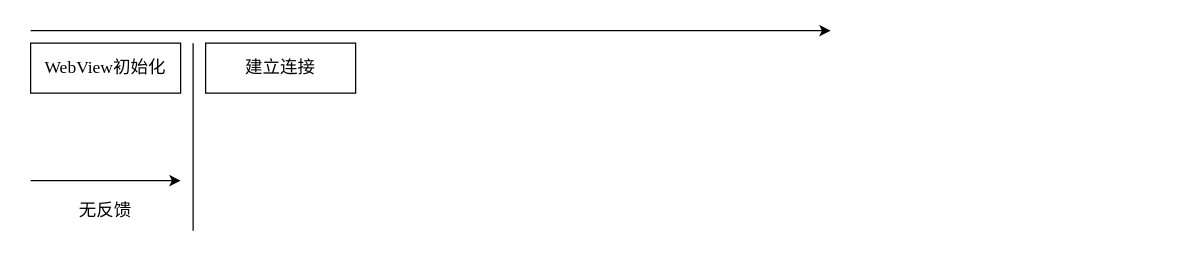
Before: WKWebViewPerformanceOptimization.drawio in xuhaodong1/DrawIO, a draw.io diagram. Source tidied: cells renumbered, new cells numbered last; positions are measured from the earlier drawing's top-left corner, leaving out a move shared by most shapes. Both pictures are drawn from the tidied source at 125%, with x=0, y=0 at pixel (30, 30).
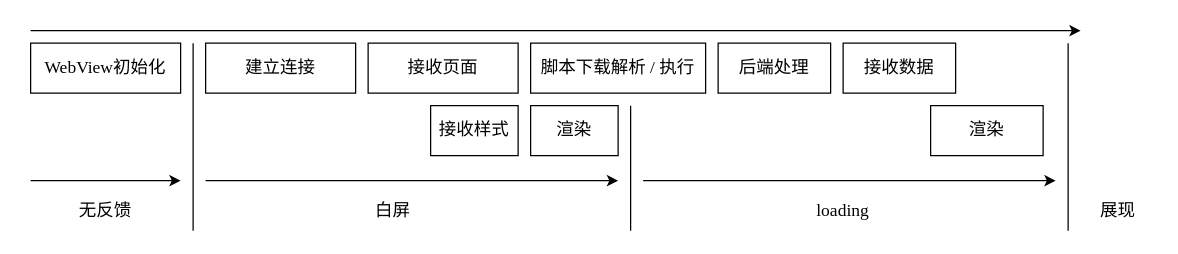
After the change.

What changed in the source:
```diff
@@
     <mxCell id="2" style="endArrow=classic;html=1;rounded=0;" parent="1" edge="1">
       <mxGeometry relative="1" as="geometry">
         <mxPoint as="sourcePoint" />
-        <mxPoint x="640" as="targetPoint" />
+        <mxPoint x="840" as="targetPoint" />
       </mxGeometry>
     </mxCell>
@@
+    <mxCell id="8" value="接收页面" style="rounded=0;whiteSpace=wrap;html=1;fontSize=14;fontFamily=Times New Roman;" parent="1" vertex="1">
+      <mxGeometry x="270" y="10" width="120" height="40" as="geometry" />
+    </mxCell>
+    <mxCell id="9" value="接收样式" style="rounded=0;whiteSpace=wrap;html=1;fontSize=14;fontFamily=Times New Roman;" parent="1" vertex="1">
+      <mxGeometry x="320" y="60" width="70" height="40" as="geometry" />
+    </mxCell>
+    <mxCell id="10" value="渲染" style="rounded=0;whiteSpace=wrap;html=1;fontSize=14;fontFamily=Times New Roman;" parent="1" vertex="1">
+      <mxGeometry x="400" y="60" width="70" height="40" as="geometry" />
+    </mxCell>
+    <mxCell id="11" style="endArrow=none;html=1;rounded=0;fontFamily=Times New Roman;fontSize=14;" parent="1" edge="1">
+      <mxGeometry relative="1" as="geometry">
+        <mxPoint x="480" y="160" as="sourcePoint" />
+        <mxPoint x="480" y="60" as="targetPoint" />
+      </mxGeometry>
+    </mxCell>
+    <mxCell id="12" style="endArrow=classic;html=1;rounded=0;fontFamily=Times New Roman;fontSize=14;" parent="1" edge="1">
+      <mxGeometry relative="1" as="geometry">
+        <mxPoint x="140" y="120" as="sourcePoint" />
+        <mxPoint x="470" y="120" as="targetPoint" />
+      </mxGeometry>
+    </mxCell>
+    <mxCell id="13" value="白屏" style="text;html=1;strokeColor=none;fillColor=none;align=center;verticalAlign=middle;whiteSpace=wrap;rounded=0;fontFamily=Times New Roman;fontSize=14;" parent="1" vertex="1">
+      <mxGeometry x="260" y="130" width="60" height="30" as="geometry" />
+    </mxCell>
+    <mxCell id="14" value="脚本下载解析 / 执行" style="rounded=0;whiteSpace=wrap;html=1;fontSize=14;fontFamily=Times New Roman;" parent="1" vertex="1">
+      <mxGeometry x="400" y="10" width="140" height="40" as="geometry" />
+    </mxCell>
+    <mxCell id="15" value="后端处理" style="rounded=0;whiteSpace=wrap;html=1;fontSize=14;fontFamily=Times New Roman;" parent="1" vertex="1">
+      <mxGeometry x="550" y="10" width="90" height="40" as="geometry" />
+    </mxCell>
+    <mxCell id="16" value="接收数据" style="rounded=0;whiteSpace=wrap;html=1;fontSize=14;fontFamily=Times New Roman;" parent="1" vertex="1">
+      <mxGeometry x="650" y="10" width="90" height="40" as="geometry" />
+    </mxCell>
+    <mxCell id="17" value="渲染" style="rounded=0;whiteSpace=wrap;html=1;fontSize=14;fontFamily=Times New Roman;" parent="1" vertex="1">
+      <mxGeometry x="720" y="60" width="90" height="40" as="geometry" />
+    </mxCell>
+    <mxCell id="18" style="endArrow=classic;html=1;rounded=0;fontFamily=Times New Roman;fontSize=14;" parent="1" edge="1">
+      <mxGeometry relative="1" as="geometry">
+        <mxPoint x="490" y="120" as="sourcePoint" />
+        <mxPoint x="820" y="120" as="targetPoint" />
+      </mxGeometry>
+    </mxCell>
+    <mxCell id="19" value="loading" style="text;html=1;strokeColor=none;fillColor=none;align=center;verticalAlign=middle;whiteSpace=wrap;rounded=0;fontFamily=Times New Roman;fontSize=14;" parent="1" vertex="1">
+      <mxGeometry x="620" y="130" width="60" height="30" as="geometry" />
+    </mxCell>
+    <mxCell id="20" style="endArrow=none;html=1;rounded=0;fontFamily=Times New Roman;fontSize=14;" parent="1" edge="1">
+      <mxGeometry relative="1" as="geometry">
+        <mxPoint x="830" y="160" as="sourcePoint" />
+        <mxPoint x="830" y="10" as="targetPoint" />
+      </mxGeometry>
+    </mxCell>
+    <mxCell id="21" value="展现" style="text;html=1;strokeColor=none;fillColor=none;align=center;verticalAlign=middle;whiteSpace=wrap;rounded=0;fontFamily=Times New Roman;fontSize=14;" parent="1" vertex="1">
+      <mxGeometry x="840" y="130" width="60" height="30" as="geometry" />
+    </mxCell>
```
